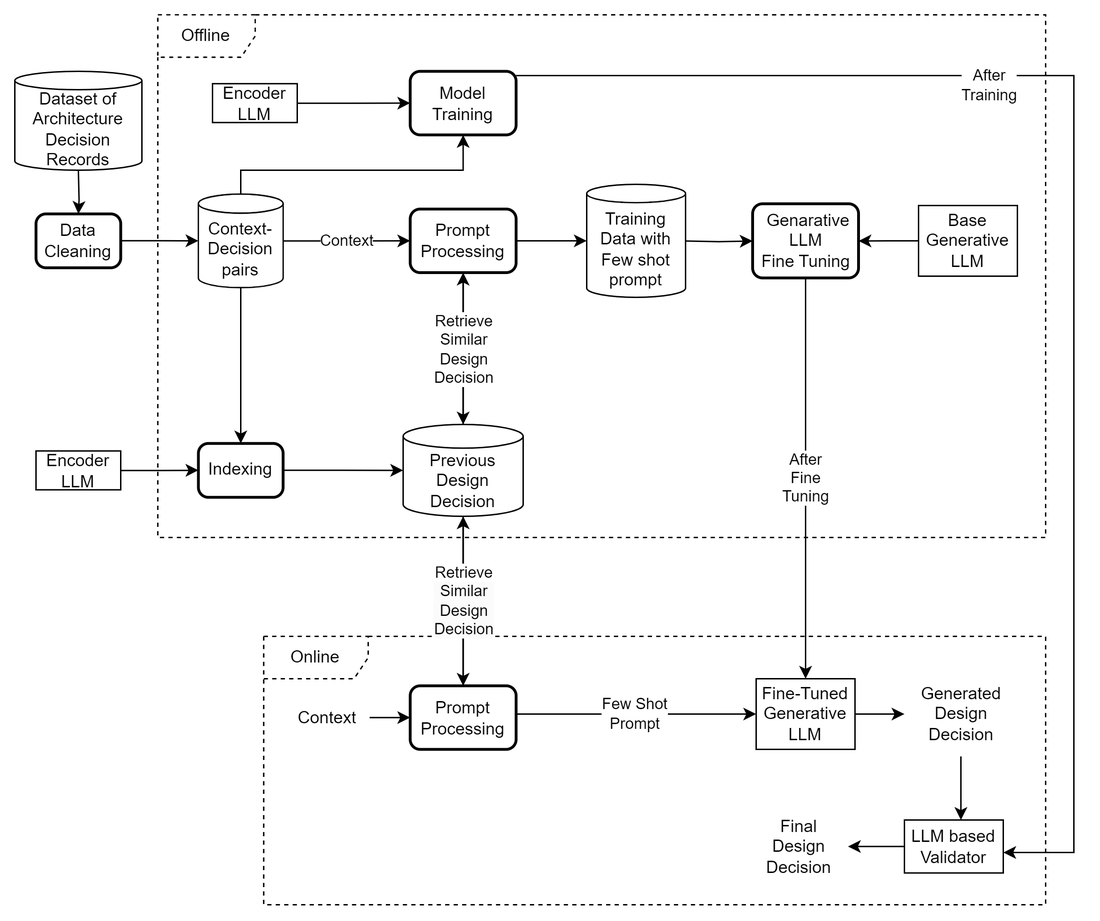
The draw.io diagram Approach/Diagram/approach5.drawio.png in sa4s-serc/LLM4ADR, before a commit. Source tidied: cells renumbered, new cells last; positions are measured from the earlier drawing's top-left corner, leaving out a move shared by most shapes.
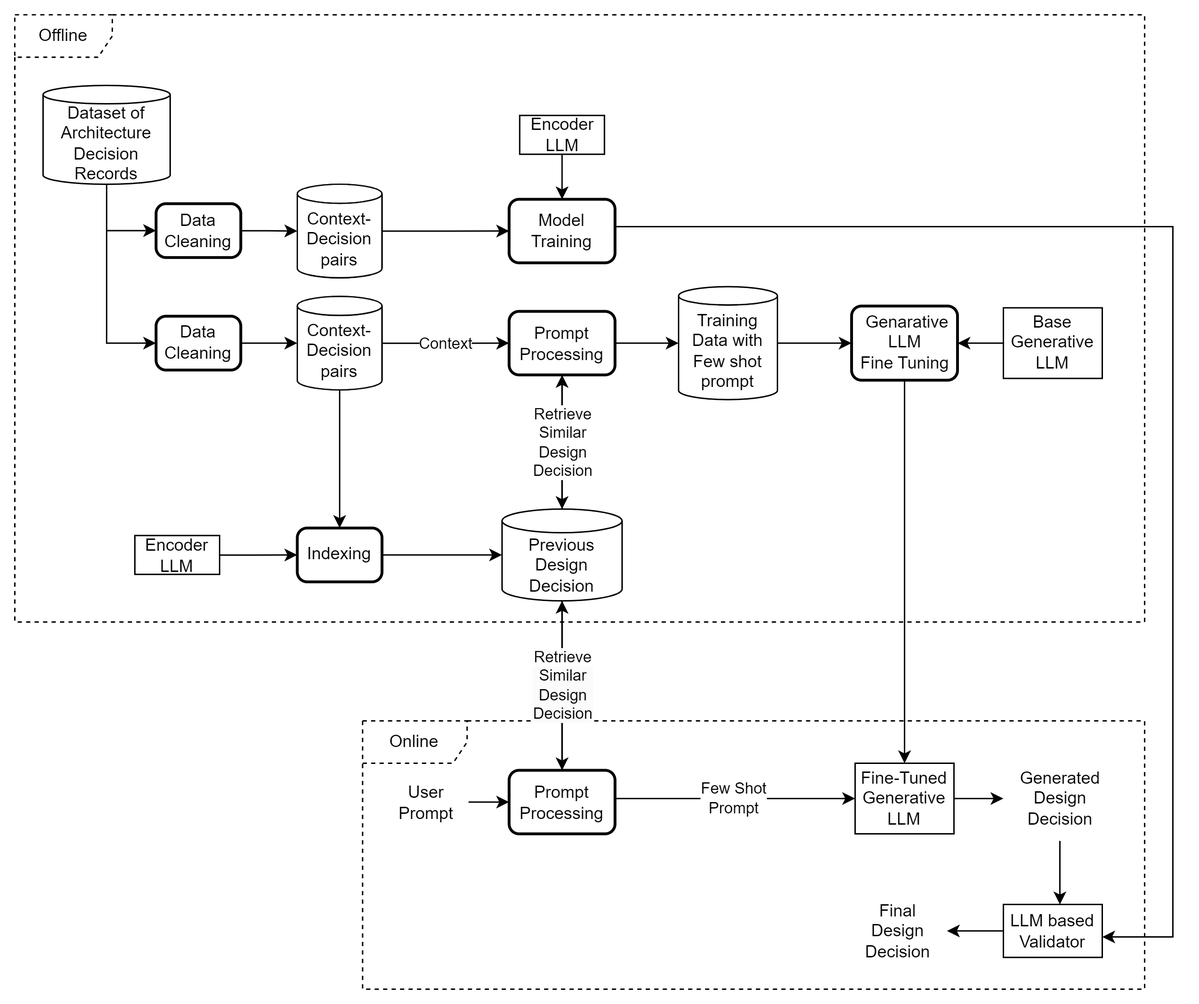
Later version of the same file.

Diff of the diagram source:
```diff
@@ -2,11 +2,6 @@
   <root>
     <mxCell id="0" />
     <mxCell id="1" parent="0" />
-    <mxCell id="2" style="edgeStyle=orthogonalEdgeStyle;rounded=0;jettySize=auto;html=1;" parent="1" edge="1" target="32">
-      <mxGeometry relative="1" as="geometry">
-        <mxPoint x="45" y="110" as="sourcePoint" />
-      </mxGeometry>
-    </mxCell>
     <mxCell id="3" style="edgeStyle=orthogonalEdgeStyle;rounded=0;jettySize=auto;html=1;" parent="1" edge="1" source="36" target="19">
       <mxGeometry relative="1" as="geometry" />
     </mxCell>
@@ -21,10 +16,10 @@
         </Array>
       </mxGeometry>
     </mxCell>
-    <mxCell id="6" value="After&lt;div&gt;Training&lt;/div&gt;" style="edgeStyle=orthogonalEdgeStyle;rounded=0;jettySize=auto;html=1;labelPosition=center;verticalLabelPosition=middle;align=center;verticalAlign=middle;" parent="1" edge="1" source="20" target="8">
+    <mxCell id="6" style="edgeStyle=orthogonalEdgeStyle;rounded=0;jettySize=auto;html=1;labelPosition=center;verticalLabelPosition=middle;align=center;verticalAlign=middle;" parent="1" edge="1" source="20" target="8">
       <mxGeometry x="-0.33" y="-7" relative="1" as="geometry">
         <Array as="points">
-          <mxPoint x="750" y="43" />
+          <mxPoint x="750" y="90" />
           <mxPoint x="750" y="593" />
         </Array>
       </mxGeometry>
@@ -36,54 +31,71 @@
       <mxGeometry x="630" y="570" width="70" height="37.5" as="geometry" />
     </mxCell>
     <mxCell id="9" value="Offline" style="shape=umlFrame;whiteSpace=wrap;html=1;width=69;dashed=1;fillColor=none;height=30;" parent="1" vertex="1">
-      <mxGeometry x="101.2" width="628.8" height="370" as="geometry" />
+      <mxGeometry x="-70" y="-60" width="800" height="430" as="geometry" />
     </mxCell>
-    <mxCell id="10" style="edgeStyle=orthogonalEdgeStyle;rounded=0;jettySize=auto;html=1;" parent="9" edge="1" target="12">
-      <mxGeometry relative="1" as="geometry">
-        <mxPoint x="372.2" y="160.1" as="sourcePoint" />
-      </mxGeometry>
-    </mxCell>
     <mxCell id="11" value="Base&lt;div&gt;Generative&lt;/div&gt;&lt;div&gt;LLM&lt;/div&gt;" style="html=1;align=center;verticalAlign=middle;dashed=0;whiteSpace=wrap;" parent="9" vertex="1">
-      <mxGeometry x="538.8" y="135" width="70" height="50" as="geometry" />
+      <mxGeometry x="700" y="207.5" width="70" height="50" as="geometry" />
     </mxCell>
     <mxCell id="12" value="&amp;nbsp;Genarative LLM&lt;div&gt;Fine Tuning&lt;/div&gt;" style="rounded=1;whiteSpace=wrap;html=1;absoluteArcSize=1;arcSize=14;strokeWidth=2;" parent="9" vertex="1">
-      <mxGeometry x="421.2" y="133.8" width="75" height="52.5" as="geometry" />
+      <mxGeometry x="592.5" y="206.2" width="75" height="52.5" as="geometry" />
     </mxCell>
     <mxCell id="13" style="edgeStyle=orthogonalEdgeStyle;rounded=0;jettySize=auto;html=1;" parent="9" edge="1" source="11" target="12">
       <mxGeometry relative="1" as="geometry" />
     </mxCell>
-    <mxCell id="14" value="Context" style="edgeStyle=orthogonalEdgeStyle;rounded=0;jettySize=auto;html=1;" parent="9" edge="1" source="16" target="19">
+    <mxCell id="14" value="Context" style="edgeStyle=orthogonalEdgeStyle;rounded=0;jettySize=auto;html=1;" parent="9" edge="1" source="44" target="19">
       <mxGeometry relative="1" as="geometry" />
     </mxCell>
-    <mxCell id="15" style="edgeStyle=orthogonalEdgeStyle;rounded=0;jettySize=auto;html=1;entryX=0.5;entryY=1;entryDx=0;entryDy=0;" parent="9" edge="1" source="16" target="20">
-      <mxGeometry relative="1" as="geometry">
-        <Array as="points">
-          <mxPoint x="59" y="110" />
-          <mxPoint x="216" y="110" />
-        </Array>
-      </mxGeometry>
-    </mxCell>
-    <mxCell id="16" value="Context-&lt;div&gt;Decision&lt;/div&gt;&lt;div&gt;pairs&lt;/div&gt;" style="shape=cylinder3;whiteSpace=wrap;html=1;boundedLbl=1;backgroundOutline=1;size=6.74307250976554;" parent="9" vertex="1">
-      <mxGeometry x="28.8" y="126.9" width="60" height="66.2" as="geometry" />
-    </mxCell>
+    <mxCell id="44" value="Context-&lt;div&gt;Decision&lt;/div&gt;&lt;div&gt;pairs&lt;/div&gt;" style="shape=cylinder3;whiteSpace=wrap;html=1;boundedLbl=1;backgroundOutline=1;size=6.74307250976554;" parent="9" vertex="1">
+      <mxGeometry x="200" y="199.4" width="60" height="66.2" as="geometry" />
+    </mxCell>
+    <mxCell id="45" style="edgeStyle=orthogonalEdgeStyle;rounded=0;jettySize=auto;html=1;" parent="9" edge="1" source="17" target="12">
+      <mxGeometry relative="1" as="geometry" />
+    </mxCell>
     <mxCell id="17" value="Training&lt;div&gt;Data with&lt;/div&gt;&lt;div&gt;Few shot&lt;/div&gt;&lt;div&gt;prompt&lt;/div&gt;" style="shape=cylinder3;whiteSpace=wrap;html=1;boundedLbl=1;backgroundOutline=1;size=6.511596679687557;" parent="9" vertex="1">
-      <mxGeometry x="303.8" y="120" width="70" height="80" as="geometry" />
+      <mxGeometry x="470" y="192.5" width="70" height="80" as="geometry" />
     </mxCell>
     <mxCell id="18" style="edgeStyle=orthogonalEdgeStyle;rounded=0;jettySize=auto;html=1;" parent="9" edge="1" source="19" target="17">
       <mxGeometry relative="1" as="geometry" />
     </mxCell>
     <mxCell id="19" value="Prompt&lt;div&gt;Processing&lt;/div&gt;" style="rounded=1;whiteSpace=wrap;html=1;absoluteArcSize=1;arcSize=14;strokeWidth=2;" parent="9" vertex="1">
-      <mxGeometry x="178.8" y="137.5" width="75" height="45" as="geometry" />
+      <mxGeometry x="350" y="210" width="75" height="45" as="geometry" />
     </mxCell>
     <mxCell id="20" value="&lt;div&gt;&lt;span style=&quot;background-color: initial;&quot;&gt;Model&lt;/span&gt;&lt;br&gt;&lt;/div&gt;&lt;div&gt;Training&lt;/div&gt;" style="rounded=1;whiteSpace=wrap;html=1;absoluteArcSize=1;arcSize=14;strokeWidth=2;" parent="9" vertex="1">
-      <mxGeometry x="178.8" y="40" width="75" height="45" as="geometry" />
+      <mxGeometry x="350" y="130.6" width="75" height="45" as="geometry" />
     </mxCell>
-    <mxCell id="21" style="edgeStyle=orthogonalEdgeStyle;rounded=0;jettySize=auto;html=1;" parent="9" edge="1" source="22" target="20">
-      <mxGeometry relative="1" as="geometry" />
-    </mxCell>
-    <mxCell id="22" value="&lt;div&gt;Encoder&lt;/div&gt;&lt;div&gt;LLM&lt;/div&gt;" style="html=1;align=center;verticalAlign=middle;dashed=0;whiteSpace=wrap;" parent="9" vertex="1">
-      <mxGeometry x="38.8" y="48.8" width="60" height="27.5" as="geometry" />
-    </mxCell>
+    <mxCell id="46" style="edgeStyle=orthogonalEdgeStyle;rounded=0;jettySize=auto;html=1;" parent="9" edge="1" source="47" target="20">
+      <mxGeometry relative="1" as="geometry" />
+    </mxCell>
+    <mxCell id="47" value="&lt;div&gt;Encoder&lt;/div&gt;&lt;div&gt;LLM&lt;/div&gt;" style="html=1;align=center;verticalAlign=middle;dashed=0;whiteSpace=wrap;" parent="9" vertex="1">
+      <mxGeometry x="357.5" y="71.2" width="60" height="27.5" as="geometry" />
+    </mxCell>
+    <mxCell id="48" style="edgeStyle=orthogonalEdgeStyle;rounded=0;jettySize=auto;html=1;entryX=0;entryY=0.5;entryDx=0;entryDy=0;exitX=0.5;exitY=1;exitDx=0;exitDy=0;exitPerimeter=0;" parent="9" edge="1" source="34" target="54">
+      <mxGeometry relative="1" as="geometry" />
+    </mxCell>
+    <mxCell id="49" style="edgeStyle=orthogonalEdgeStyle;rounded=0;jettySize=auto;html=1;entryX=0;entryY=0.5;entryDx=0;entryDy=0;exitX=0.5;exitY=1;exitDx=0;exitDy=0;exitPerimeter=0;" parent="9" edge="1" source="34" target="50">
+      <mxGeometry relative="1" as="geometry" />
+    </mxCell>
+    <mxCell id="34" value="Dataset of&lt;div&gt;Architecture&lt;/div&gt;&lt;div&gt;Decision&lt;/div&gt;&lt;div&gt;Records&lt;/div&gt;" style="shape=cylinder3;whiteSpace=wrap;html=1;boundedLbl=1;backgroundOutline=1;size=6.5116093953451255;" parent="9" vertex="1">
+      <mxGeometry x="20" y="50" width="90" height="70" as="geometry" />
+    </mxCell>
+    <mxCell id="50" value="Data&lt;div&gt;Cleaning&lt;/div&gt;" style="rounded=1;whiteSpace=wrap;html=1;absoluteArcSize=1;arcSize=14;strokeWidth=2;" parent="9" vertex="1">
+      <mxGeometry x="100" y="213.4" width="60" height="38.1" as="geometry" />
+    </mxCell>
+    <mxCell id="51" style="edgeStyle=orthogonalEdgeStyle;rounded=0;jettySize=auto;html=1;entryX=0;entryY=0.5;entryDx=0;entryDy=0;entryPerimeter=0;" parent="9" edge="1" source="50" target="44">
+      <mxGeometry relative="1" as="geometry" />
+    </mxCell>
+    <mxCell id="52" style="edgeStyle=orthogonalEdgeStyle;rounded=0;jettySize=auto;html=1;" parent="9" edge="1" source="53" target="20">
+      <mxGeometry relative="1" as="geometry" />
+    </mxCell>
+    <mxCell id="53" value="Context-&lt;div&gt;Decision&lt;/div&gt;&lt;div&gt;pairs&lt;/div&gt;" style="shape=cylinder3;whiteSpace=wrap;html=1;boundedLbl=1;backgroundOutline=1;size=6.74307250976554;" parent="9" vertex="1">
+      <mxGeometry x="200" y="120" width="60" height="66.2" as="geometry" />
+    </mxCell>
+    <mxCell id="54" value="Data&lt;div&gt;Cleaning&lt;/div&gt;" style="rounded=1;whiteSpace=wrap;html=1;absoluteArcSize=1;arcSize=14;strokeWidth=2;" parent="9" vertex="1">
+      <mxGeometry x="100" y="133.8" width="60" height="38.1" as="geometry" />
+    </mxCell>
+    <mxCell id="55" style="edgeStyle=orthogonalEdgeStyle;rounded=0;jettySize=auto;html=1;entryX=0;entryY=0.5;entryDx=0;entryDy=0;entryPerimeter=0;" parent="9" edge="1" source="54" target="53">
+      <mxGeometry relative="1" as="geometry" />
+    </mxCell>
     <mxCell id="23" value="&lt;div&gt;Online&lt;/div&gt;" style="shape=umlFrame;whiteSpace=wrap;html=1;width=74;dashed=1;fillColor=none;height=30;" parent="1" vertex="1">
       <mxGeometry x="176.2" y="440" width="553.8" height="190" as="geometry" />
     </mxCell>
@@ -96,12 +108,12 @@
     <mxCell id="26" style="edgeStyle=orthogonalEdgeStyle;rounded=0;jettySize=auto;html=1;" parent="23" edge="1" source="25" target="24">
       <mxGeometry relative="1" as="geometry" />
     </mxCell>
-    <mxCell id="27" style="edgeStyle=orthogonalEdgeStyle;rounded=0;jettySize=auto;html=1;" parent="23" edge="1" source="28" target="29">
-      <mxGeometry relative="1" as="geometry" />
-    </mxCell>
-    <mxCell id="28" value="&lt;div&gt;Context&lt;/div&gt;" style="text;html=1;align=center;verticalAlign=middle;points=[];strokeColor=none;fillColor=none;" parent="23" vertex="1">
-      <mxGeometry x="15" y="42.5" width="60" height="30" as="geometry" />
-    </mxCell>
+    <mxCell id="56" style="edgeStyle=orthogonalEdgeStyle;rounded=0;jettySize=auto;html=1;" parent="23" edge="1" source="57" target="29">
+      <mxGeometry relative="1" as="geometry" />
+    </mxCell>
+    <mxCell id="57" value="&lt;div&gt;User&lt;/div&gt;&lt;div&gt;Prompt&lt;/div&gt;" style="text;html=1;align=center;verticalAlign=middle;points=[];strokeColor=none;fillColor=none;" parent="23" vertex="1">
+      <mxGeometry x="15" y="37.5" width="60" height="40" as="geometry" />
+    </mxCell>
     <mxCell id="29" value="Prompt&lt;div&gt;Processing&lt;/div&gt;" style="rounded=1;whiteSpace=wrap;html=1;absoluteArcSize=1;arcSize=14;strokeWidth=2;" parent="23" vertex="1">
       <mxGeometry x="103.8" y="35" width="75" height="45" as="geometry" />
     </mxCell>
@@ -113,18 +125,9 @@
         </Array>
       </mxGeometry>
     </mxCell>
-    <mxCell id="31" style="edgeStyle=orthogonalEdgeStyle;rounded=0;jettySize=auto;html=1;entryX=0;entryY=0.5;entryDx=0;entryDy=0;entryPerimeter=0;" parent="1" edge="1" source="32" target="16">
-      <mxGeometry relative="1" as="geometry" />
-    </mxCell>
-    <mxCell id="32" value="Data&lt;div&gt;Cleaning&lt;/div&gt;" style="rounded=1;whiteSpace=wrap;html=1;absoluteArcSize=1;arcSize=14;strokeWidth=2;" parent="1" vertex="1">
-      <mxGeometry x="15" y="140.9" width="60" height="38.1" as="geometry" />
-    </mxCell>
-    <mxCell id="33" value="After&lt;div&gt;Fine&lt;/div&gt;&lt;div&gt;Tuning&lt;/div&gt;" style="edgeStyle=orthogonalEdgeStyle;rounded=0;jettySize=auto;html=1;entryX=0.5;entryY=0;entryDx=0;entryDy=0;" parent="1" edge="1" source="12" target="25">
+    <mxCell id="33" style="edgeStyle=orthogonalEdgeStyle;rounded=0;jettySize=auto;html=1;entryX=0.5;entryY=0;entryDx=0;entryDy=0;" parent="1" edge="1" source="12" target="25">
       <mxGeometry relative="1" as="geometry" />
     </mxCell>
-    <mxCell id="34" value="Dataset of&lt;div&gt;Architecture&lt;/div&gt;&lt;div&gt;Decision&lt;/div&gt;&lt;div&gt;Records&lt;/div&gt;" style="shape=cylinder3;whiteSpace=wrap;html=1;boundedLbl=1;backgroundOutline=1;size=6.5116093953451255;" parent="1" vertex="1">
-      <mxGeometry y="40" width="90" height="70" as="geometry" />
-    </mxCell>
     <mxCell id="35" style="edgeStyle=orthogonalEdgeStyle;rounded=0;jettySize=auto;html=1;entryX=0.5;entryY=0;entryDx=0;entryDy=0;" parent="1" edge="1" source="36" target="29">
       <mxGeometry relative="1" as="geometry" />
     </mxCell>
@@ -140,15 +143,15 @@
     <mxCell id="39" value="Indexing" style="rounded=1;whiteSpace=wrap;html=1;absoluteArcSize=1;arcSize=14;strokeWidth=2;" parent="1" vertex="1">
       <mxGeometry x="130" y="303.4" width="60" height="38.1" as="geometry" />
     </mxCell>
-    <mxCell id="40" style="edgeStyle=orthogonalEdgeStyle;rounded=0;jettySize=auto;html=1;" parent="1" edge="1" source="16" target="39">
-      <mxGeometry relative="1" as="geometry" />
-    </mxCell>
-    <mxCell id="41" style="edgeStyle=orthogonalEdgeStyle;rounded=0;jettySize=auto;html=1;" parent="1" edge="1" source="42" target="39">
-      <mxGeometry relative="1" as="geometry" />
-    </mxCell>
-    <mxCell id="42" value="&lt;div&gt;Encoder&lt;/div&gt;&lt;div&gt;LLM&lt;/div&gt;" style="html=1;align=center;verticalAlign=middle;dashed=0;whiteSpace=wrap;" parent="1" vertex="1">
-      <mxGeometry x="15" y="308.8" width="60" height="27.5" as="geometry" />
-    </mxCell>
+    <mxCell id="58" style="edgeStyle=orthogonalEdgeStyle;rounded=0;jettySize=auto;html=1;" parent="1" edge="1" source="44" target="39">
+      <mxGeometry relative="1" as="geometry" />
+    </mxCell>
+    <mxCell id="59" style="edgeStyle=orthogonalEdgeStyle;rounded=0;jettySize=auto;html=1;" parent="1" edge="1" source="60" target="39">
+      <mxGeometry relative="1" as="geometry" />
+    </mxCell>
+    <mxCell id="60" value="&lt;div&gt;Encoder&lt;/div&gt;&lt;div&gt;LLM&lt;/div&gt;" style="html=1;align=center;verticalAlign=middle;dashed=0;whiteSpace=wrap;" parent="1" vertex="1">
+      <mxGeometry x="15" y="308.8" width="60" height="27.5" as="geometry" />
+    </mxCell>
     <mxCell id="43" value="Final&lt;div&gt;Design&lt;div&gt;Decision&lt;/div&gt;&lt;/div&gt;" style="text;html=1;align=center;verticalAlign=middle;points=[];strokeColor=none;fillColor=none;" parent="1" vertex="1">
       <mxGeometry x="520" y="558.8" width="70" height="60" as="geometry" />
     </mxCell>
```
